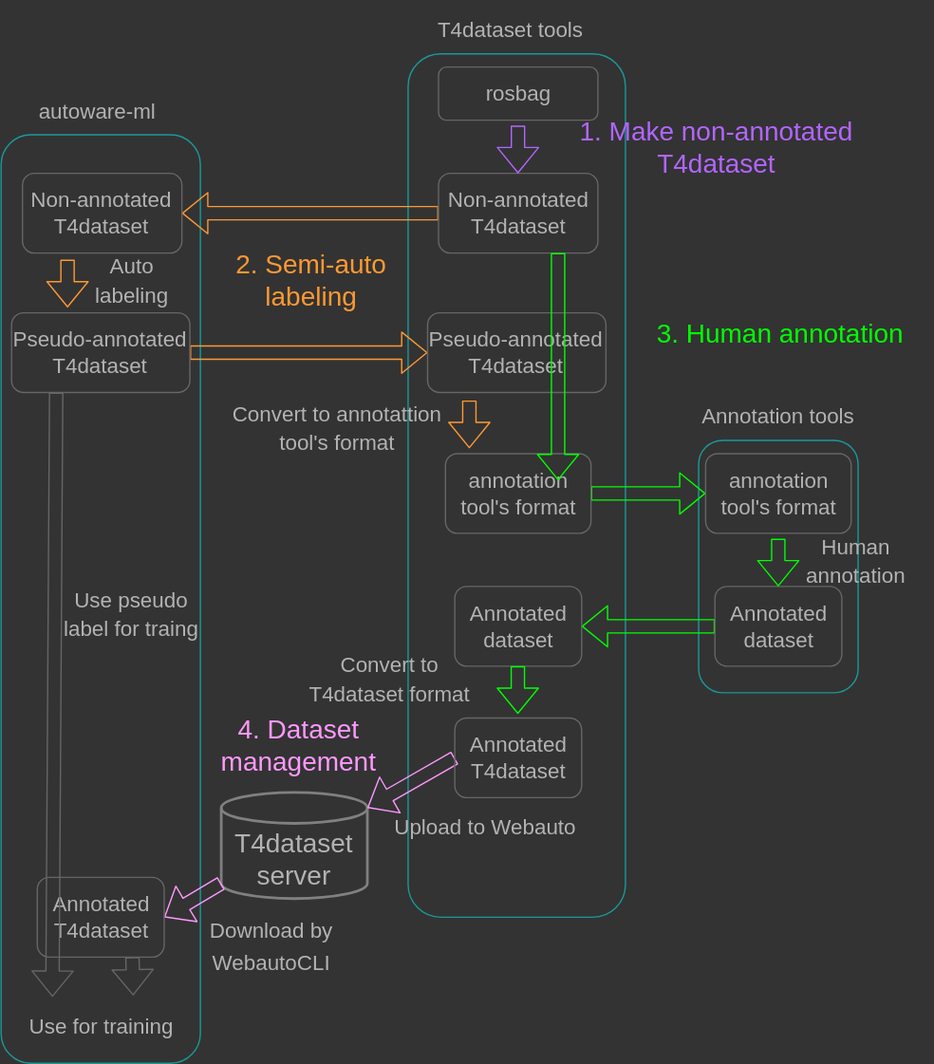
tier4/AWML keeps this draw.io diagram as docs/fig/data_pipeline.drawio.svg. Above is the earlier version. Source tidied: cells renumbered, new cells last; positions are measured from the earlier drawing's top-left corner, leaving out a move shared by most shapes.
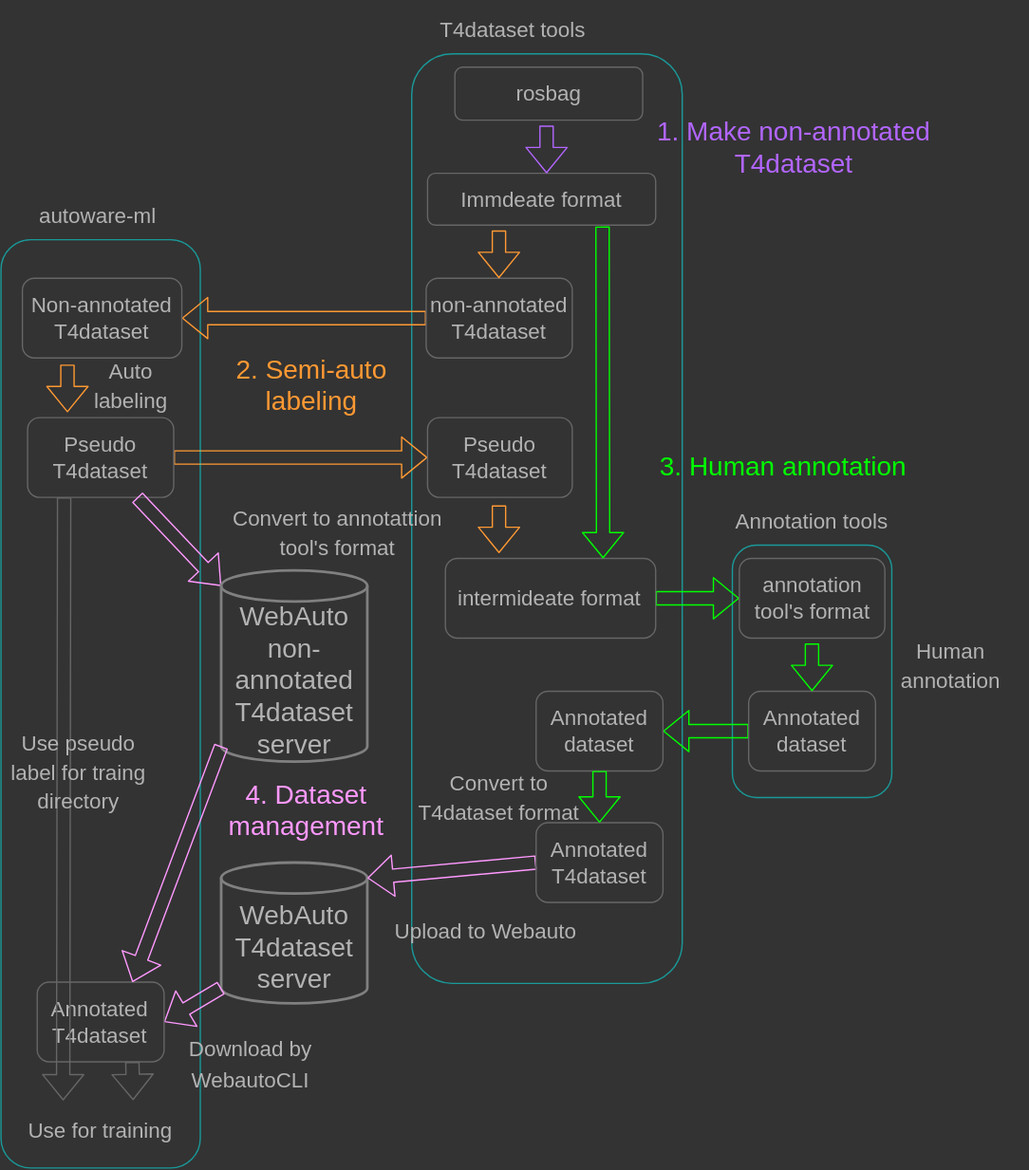
After the change.

The edit, as a diff of the source:
```diff
@@ -5,3 +5,3 @@
     <mxCell id="2" style="rounded=1;whiteSpace=wrap;html=1;strokeColor=#00FFFF;fillColor=none;fontColor=#B3B3B3;opacity=50;" parent="1" vertex="1">
-      <mxGeometry x="306.7" y="40" width="163.6" height="650" as="geometry" />
+      <mxGeometry x="284.1" y="20" width="203.6" height="700" as="geometry" />
     </mxCell>
@@ -11,11 +11,11 @@
     <mxCell id="4" style="rounded=1;whiteSpace=wrap;html=1;strokeColor=#00FFFF;fillColor=none;fontColor=#B3B3B3;opacity=50;" parent="1" vertex="1">
-      <mxGeometry x="0.3" y="101" width="150" height="699" as="geometry" />
+      <mxGeometry x="-25" y="160" width="150" height="699" as="geometry" />
     </mxCell>
     <mxCell id="5" value="&lt;p style=&quot;line-height: 100%;&quot;&gt;&lt;span style=&quot;font-size: 16px;&quot;&gt;Auto labeling&lt;/span&gt;&lt;/p&gt;" style="text;html=1;strokeColor=none;fillColor=none;align=center;verticalAlign=middle;whiteSpace=wrap;rounded=0;fontSize=20;fontColor=#B3B3B3;" parent="1" vertex="1">
-      <mxGeometry x="60.7" y="190" width="75.6" height="40" as="geometry" />
+      <mxGeometry x="35.5" y="249" width="75.6" height="40" as="geometry" />
     </mxCell>
     <mxCell id="6" style="rounded=1;whiteSpace=wrap;html=1;strokeColor=#00FFFF;fillColor=none;fontColor=#B3B3B3;opacity=50;" parent="1" vertex="1">
-      <mxGeometry x="525.4" y="331" width="120" height="190" as="geometry" />
+      <mxGeometry x="525.5" y="390" width="120" height="190" as="geometry" />
     </mxCell>
-    <mxCell id="7" style="shape=flexArrow;endArrow=classic;html=1;fontSize=20;fontColor=#B3B3B3;strokeColor=#FF9933;exitX=0;exitY=0.5;exitDx=0;exitDy=0;entryX=1;entryY=0.5;entryDx=0;entryDy=0;" parent="1" edge="1" source="22" target="28">
+    <mxCell id="7" style="shape=flexArrow;endArrow=classic;html=1;fontSize=20;fontColor=#B3B3B3;strokeColor=#FF9933;exitX=0;exitY=0.5;exitDx=0;exitDy=0;entryX=1;entryY=0.5;entryDx=0;entryDy=0;" parent="1" edge="1" source="49" target="28">
       <mxGeometry relative="1" as="geometry" />
@@ -26,3 +26,3 @@
     <mxCell id="9" value="&lt;p style=&quot;line-height: 100%;&quot;&gt;&lt;font style=&quot;font-size: 16px;&quot;&gt;Convert to annotattion tool's format&lt;/font&gt;&lt;/p&gt;" style="text;html=1;strokeColor=none;fillColor=none;align=center;verticalAlign=middle;whiteSpace=wrap;rounded=0;fontSize=20;fontColor=#B3B3B3;" parent="1" vertex="1">
-      <mxGeometry x="166" y="301" width="174.7" height="40" as="geometry" />
+      <mxGeometry x="140.7" y="360" width="174.7" height="40" as="geometry" />
     </mxCell>
@@ -31,7 +31,7 @@
     </mxCell>
-    <mxCell id="11" value="&lt;span style=&quot;font-size: 20px;&quot;&gt;T4dataset&lt;br&gt;server&lt;br&gt;&lt;/span&gt;" style="shape=cylinder3;whiteSpace=wrap;html=1;boundedLbl=1;backgroundOutline=1;size=11.679206848144531;fontColor=#B3B3B3;fillColor=none;strokeColor=#808080;strokeWidth=2;" parent="1" vertex="1">
-      <mxGeometry x="166" y="596" width="110" height="80" as="geometry" />
+    <mxCell id="11" value="&lt;span style=&quot;font-size: 20px;&quot;&gt;WebAuto&lt;br&gt;T4dataset&lt;br&gt;server&lt;br&gt;&lt;/span&gt;" style="shape=cylinder3;whiteSpace=wrap;html=1;boundedLbl=1;backgroundOutline=1;size=11.679206848144531;fontColor=#B3B3B3;fillColor=none;strokeColor=#808080;strokeWidth=2;" parent="1" vertex="1">
+      <mxGeometry x="140.7" y="629" width="110" height="106" as="geometry" />
     </mxCell>
     <mxCell id="12" value="&lt;font style=&quot;font-size: 16px;&quot;&gt;Upload to Webauto&lt;/font&gt;" style="text;html=1;strokeColor=none;fillColor=none;align=center;verticalAlign=middle;whiteSpace=wrap;rounded=0;fontSize=20;fontColor=#B3B3B3;" parent="1" vertex="1">
-      <mxGeometry x="291.8" y="600" width="145.5" height="40" as="geometry" />
+      <mxGeometry x="266.5" y="659" width="145.5" height="40" as="geometry" />
     </mxCell>
@@ -41,3 +41,3 @@
     <mxCell id="14" value="&lt;font style=&quot;font-size: 16px;&quot;&gt;Download by WebautoCLI&lt;/font&gt;" style="text;html=1;strokeColor=none;fillColor=none;align=center;verticalAlign=middle;whiteSpace=wrap;rounded=0;fontSize=20;fontColor=#B3B3B3;" parent="1" vertex="1">
-      <mxGeometry x="130.5" y="690" width="145.5" height="40" as="geometry" />
+      <mxGeometry x="90.4" y="759" width="145.5" height="40" as="geometry" />
     </mxCell>
@@ -47,39 +47,39 @@
     <mxCell id="16" value="&lt;font color=&quot;#ff9933&quot;&gt;2. Semi-auto labeling&lt;/font&gt;" style="text;html=1;strokeColor=none;fillColor=none;align=center;verticalAlign=middle;whiteSpace=wrap;rounded=0;fontSize=20;fontColor=#B3B3B3;" parent="1" vertex="1">
-      <mxGeometry x="161.2" y="190" width="145.5" height="40" as="geometry" />
+      <mxGeometry x="135.9" y="249" width="145.5" height="40" as="geometry" />
     </mxCell>
     <mxCell id="17" value="&lt;font color=&quot;#00ff00&quot;&gt;3. Human annotation&lt;/font&gt;" style="text;html=1;strokeColor=none;fillColor=none;align=center;verticalAlign=middle;whiteSpace=wrap;rounded=0;fontSize=20;fontColor=#B3B3B3;" parent="1" vertex="1">
-      <mxGeometry x="491.5" y="230" width="190.2" height="40" as="geometry" />
+      <mxGeometry x="469" y="310" width="190.2" height="40" as="geometry" />
     </mxCell>
     <mxCell id="18" value="&lt;font color=&quot;#ff99ff&quot;&gt;4. Dataset management&lt;/font&gt;" style="text;html=1;strokeColor=none;fillColor=none;align=center;verticalAlign=middle;whiteSpace=wrap;rounded=0;fontSize=20;fontColor=#B3B3B3;" parent="1" vertex="1">
-      <mxGeometry x="138" y="540" width="173.2" height="40" as="geometry" />
+      <mxGeometry x="129" y="569" width="152.4" height="40" as="geometry" />
     </mxCell>
     <mxCell id="19" value="&lt;font style=&quot;font-size: 16px;&quot;&gt;autoware-ml&lt;/font&gt;" style="text;html=1;strokeColor=none;fillColor=none;align=center;verticalAlign=middle;whiteSpace=wrap;rounded=0;fontSize=20;fontColor=#B3B3B3;" parent="1" vertex="1">
-      <mxGeometry x="0.3" y="61" width="145.5" height="40" as="geometry" />
+      <mxGeometry x="-25" y="120" width="145.5" height="40" as="geometry" />
     </mxCell>
     <mxCell id="20" value="&lt;font style=&quot;font-size: 16px;&quot;&gt;T4dataset tools&lt;br&gt;&lt;/font&gt;" style="text;html=1;strokeColor=none;fillColor=none;align=center;verticalAlign=middle;whiteSpace=wrap;rounded=0;fontSize=20;fontColor=#B3B3B3;" parent="1" vertex="1">
-      <mxGeometry x="276" width="215.5" height="40" as="geometry" />
+      <mxGeometry x="253.5" y="-20" width="215.5" height="40" as="geometry" />
     </mxCell>
-    <mxCell id="21" value="&lt;span style=&quot;color: rgb(179, 179, 179); font-size: 16px;&quot;&gt;Pseudo-annotated T4dataset&lt;/span&gt;" style="rounded=1;whiteSpace=wrap;html=1;fillColor=none;strokeColor=#666666;" parent="1" vertex="1">
-      <mxGeometry x="8.2" y="235" width="134.2" height="60" as="geometry" />
+    <mxCell id="21" value="&lt;span style=&quot;color: rgb(179, 179, 179); font-size: 16px;&quot;&gt;Pseudo T4dataset&lt;/span&gt;" style="rounded=1;whiteSpace=wrap;html=1;fillColor=none;strokeColor=#666666;" parent="1" vertex="1">
+      <mxGeometry x="-5" y="294" width="110" height="60" as="geometry" />
     </mxCell>
-    <mxCell id="22" value="&lt;span style=&quot;color: rgb(179, 179, 179); font-size: 16px;&quot;&gt;Non-annotated T4dataset&lt;/span&gt;" style="rounded=1;whiteSpace=wrap;html=1;fillColor=none;strokeColor=#666666;" parent="1" vertex="1">
-      <mxGeometry x="329.6" y="130" width="120" height="60" as="geometry" />
+    <mxCell id="22" value="&lt;span style=&quot;color: rgb(179, 179, 179); font-size: 16px;&quot;&gt;Immdeate format&lt;/span&gt;" style="rounded=1;whiteSpace=wrap;html=1;fillColor=none;strokeColor=#666666;" parent="1" vertex="1">
+      <mxGeometry x="296.1" y="110" width="171.7" height="39" as="geometry" />
     </mxCell>
     <mxCell id="23" value="&lt;span style=&quot;color: rgb(179, 179, 179); font-size: 16px;&quot;&gt;Annotated T4dataset&lt;/span&gt;" style="rounded=1;whiteSpace=wrap;html=1;fillColor=none;strokeColor=#666666;" parent="1" vertex="1">
-      <mxGeometry x="341.8" y="540" width="95.5" height="60" as="geometry" />
+      <mxGeometry x="377.8" y="599" width="95.5" height="60" as="geometry" />
     </mxCell>
     <mxCell id="24" value="&lt;span style=&quot;color: rgb(179, 179, 179); font-size: 16px;&quot;&gt;Annotated dataset&lt;/span&gt;" style="rounded=1;whiteSpace=wrap;html=1;fillColor=none;strokeColor=#666666;" parent="1" vertex="1">
-      <mxGeometry x="537.7" y="441" width="95.5" height="60" as="geometry" />
+      <mxGeometry x="537.8" y="500" width="95.5" height="60" as="geometry" />
     </mxCell>
     <mxCell id="25" value="&lt;font style=&quot;font-size: 16px;&quot;&gt;Annotation tools&lt;br&gt;&lt;/font&gt;" style="text;html=1;strokeColor=none;fillColor=none;align=center;verticalAlign=middle;whiteSpace=wrap;rounded=0;fontSize=20;fontColor=#B3B3B3;" parent="1" vertex="1">
-      <mxGeometry x="513.1" y="291" width="144.6" height="40" as="geometry" />
+      <mxGeometry x="513.2" y="350" width="144.6" height="40" as="geometry" />
     </mxCell>
-    <mxCell id="26" value="&lt;span style=&quot;color: rgb(179, 179, 179); font-size: 16px;&quot;&gt;annotation tool's format&amp;nbsp;&lt;/span&gt;" style="rounded=1;whiteSpace=wrap;html=1;fillColor=none;strokeColor=#666666;" parent="1" vertex="1">
-      <mxGeometry x="334.8" y="341" width="109.6" height="60" as="geometry" />
+    <mxCell id="26" value="&lt;span style=&quot;color: rgb(179, 179, 179); font-size: 16px;&quot;&gt;intermideate format&lt;/span&gt;" style="rounded=1;whiteSpace=wrap;html=1;fillColor=none;strokeColor=#666666;" parent="1" vertex="1">
+      <mxGeometry x="309.5" y="400" width="158.3" height="60" as="geometry" />
     </mxCell>
-    <mxCell id="27" value="&lt;span style=&quot;color: rgb(179, 179, 179); font-size: 16px;&quot;&gt;Pseudo-annotated T4dataset&lt;/span&gt;" style="rounded=1;whiteSpace=wrap;html=1;fillColor=none;strokeColor=#666666;" parent="1" vertex="1">
-      <mxGeometry x="321.3" y="235" width="134.2" height="60" as="geometry" />
+    <mxCell id="27" value="&lt;span style=&quot;color: rgb(179, 179, 179); font-size: 16px;&quot;&gt;Pseudo T4dataset&lt;/span&gt;" style="rounded=1;whiteSpace=wrap;html=1;fillColor=none;strokeColor=#666666;" parent="1" vertex="1">
+      <mxGeometry x="296.1" y="294" width="108.9" height="60" as="geometry" />
     </mxCell>
     <mxCell id="28" value="&lt;span style=&quot;color: rgb(179, 179, 179); font-size: 16px;&quot;&gt;Non-annotated T4dataset&lt;/span&gt;" style="rounded=1;whiteSpace=wrap;html=1;fillColor=none;strokeColor=#666666;" parent="1" vertex="1">
-      <mxGeometry x="16.4" y="130" width="120" height="60" as="geometry" />
+      <mxGeometry x="-8.9" y="189" width="120" height="60" as="geometry" />
     </mxCell>
@@ -87,4 +87,4 @@
       <mxGeometry relative="1" as="geometry">
-        <mxPoint x="50.3" y="195" as="sourcePoint" />
-        <mxPoint x="50.3" y="231" as="targetPoint" />
+        <mxPoint x="25" y="254" as="sourcePoint" />
+        <mxPoint x="25" y="290" as="targetPoint" />
       </mxGeometry>
@@ -93,14 +93,16 @@
       <mxGeometry relative="1" as="geometry">
-        <mxPoint x="352.8" y="301" as="sourcePoint" />
-        <mxPoint x="352.8" y="337" as="targetPoint" />
+        <mxPoint x="349.8" y="360" as="sourcePoint" />
+        <mxPoint x="349.8" y="396" as="targetPoint" />
       </mxGeometry>
     </mxCell>
-    <mxCell id="31" style="shape=flexArrow;endArrow=classic;html=1;strokeColor=#00FF00;exitX=0.75;exitY=1;exitDx=0;exitDy=0;entryX=0.69;entryY=0.494;entryDx=0;entryDy=0;entryPerimeter=0;" parent="1" edge="1" source="22" target="2">
-      <mxGeometry relative="1" as="geometry" />
+    <mxCell id="31" style="shape=flexArrow;endArrow=classic;html=1;strokeColor=#00FF00;entryX=0.75;entryY=0;entryDx=0;entryDy=0;" parent="1" edge="1" target="26">
+      <mxGeometry relative="1" as="geometry">
+        <mxPoint x="427.8" y="150" as="sourcePoint" />
+      </mxGeometry>
     </mxCell>
     <mxCell id="32" value="&lt;span style=&quot;color: rgb(179, 179, 179); font-size: 16px;&quot;&gt;annotation tool's format&amp;nbsp;&lt;/span&gt;" style="rounded=1;whiteSpace=wrap;html=1;fillColor=none;strokeColor=#666666;" parent="1" vertex="1">
-      <mxGeometry x="530.6" y="341" width="109.6" height="60" as="geometry" />
+      <mxGeometry x="530.7" y="400" width="109.6" height="60" as="geometry" />
     </mxCell>
     <mxCell id="33" value="&lt;span style=&quot;color: rgb(179, 179, 179); font-size: 16px;&quot;&gt;Annotated dataset&lt;/span&gt;" style="rounded=1;whiteSpace=wrap;html=1;fillColor=none;strokeColor=#666666;" parent="1" vertex="1">
-      <mxGeometry x="341.8" y="441" width="95.5" height="60" as="geometry" />
+      <mxGeometry x="377.8" y="500" width="95.5" height="60" as="geometry" />
     </mxCell>
@@ -108,4 +110,4 @@
       <mxGeometry relative="1" as="geometry">
-        <mxPoint x="585.3" y="405" as="sourcePoint" />
-        <mxPoint x="585.3" y="441" as="targetPoint" />
+        <mxPoint x="585.4" y="464" as="sourcePoint" />
+        <mxPoint x="585.4" y="500" as="targetPoint" />
       </mxGeometry>
@@ -113,15 +115,12 @@
     <mxCell id="35" value="&lt;p style=&quot;line-height: 100%;&quot;&gt;&lt;font style=&quot;font-size: 16px;&quot;&gt;Human annotation&lt;/font&gt;&lt;/p&gt;" style="text;html=1;strokeColor=none;fillColor=none;align=center;verticalAlign=middle;whiteSpace=wrap;rounded=0;fontSize=20;fontColor=#B3B3B3;" parent="1" vertex="1">
-      <mxGeometry x="586" y="401" width="115.7" height="40" as="geometry" />
+      <mxGeometry x="631.7" y="460" width="115.7" height="40" as="geometry" />
     </mxCell>
-    <mxCell id="36" style="shape=flexArrow;endArrow=classic;html=1;strokeColor=#00FF00;" parent="1" edge="1">
-      <mxGeometry relative="1" as="geometry">
-        <mxPoint x="389.3" y="501" as="sourcePoint" />
-        <mxPoint x="389.3" y="537" as="targetPoint" />
-      </mxGeometry>
+    <mxCell id="36" style="shape=flexArrow;endArrow=classic;html=1;strokeColor=#00FF00;exitX=0.5;exitY=1;exitDx=0;exitDy=0;entryX=0.5;entryY=0;entryDx=0;entryDy=0;" parent="1" edge="1" source="33" target="23">
+      <mxGeometry relative="1" as="geometry" />
     </mxCell>
     <mxCell id="37" value="&lt;p style=&quot;line-height: 100%;&quot;&gt;&lt;font style=&quot;font-size: 16px;&quot;&gt;Convert to T4dataset format&lt;/font&gt;&lt;/p&gt;" style="text;html=1;strokeColor=none;fillColor=none;align=center;verticalAlign=middle;whiteSpace=wrap;rounded=0;fontSize=20;fontColor=#B3B3B3;" parent="1" vertex="1">
-      <mxGeometry x="219" y="490" width="147.7" height="40" as="geometry" />
+      <mxGeometry x="276.1" y="559" width="147.7" height="40" as="geometry" />
     </mxCell>
     <mxCell id="38" value="&lt;span style=&quot;color: rgb(179, 179, 179); font-size: 16px;&quot;&gt;Annotated T4dataset&lt;/span&gt;" style="rounded=1;whiteSpace=wrap;html=1;fillColor=none;strokeColor=#666666;" parent="1" vertex="1">
-      <mxGeometry x="27.5" y="660" width="95.5" height="60" as="geometry" />
+      <mxGeometry x="2.2" y="719" width="95.5" height="60" as="geometry" />
     </mxCell>
@@ -131,6 +130,6 @@
     <mxCell id="40" value="&lt;font style=&quot;font-size: 16px;&quot;&gt;Use for training&lt;/font&gt;" style="text;html=1;strokeColor=none;fillColor=none;align=center;verticalAlign=middle;whiteSpace=wrap;rounded=0;fontSize=20;fontColor=#B3B3B3;" parent="1" vertex="1">
-      <mxGeometry x="2.5" y="750" width="145.5" height="40" as="geometry" />
+      <mxGeometry x="-22.8" y="809" width="145.5" height="40" as="geometry" />
     </mxCell>
-    <mxCell id="41" value="&lt;span style=&quot;color: rgb(179, 179, 179); font-size: 16px;&quot;&gt;rosbag&lt;/span&gt;" style="rounded=1;whiteSpace=wrap;html=1;fillColor=none;strokeColor=#666666;" parent="1" vertex="1">
-      <mxGeometry x="329.6" y="50" width="120" height="40" as="geometry" />
+    <mxCell id="41" value="&lt;span style=&quot;color: rgb(179, 179, 179); font-size: 16px;&quot;&gt;rosbag&lt;/span&gt;" style="rounded=1;whiteSpace=wrap;html=1;fillColor=none;strokeColor=#666666;direction=east;" parent="1" vertex="1">
+      <mxGeometry x="316.6" y="30" width="141.4" height="40" as="geometry" />
     </mxCell>
@@ -138,4 +137,4 @@
       <mxGeometry relative="1" as="geometry">
-        <mxPoint x="389.4" y="94" as="sourcePoint" />
-        <mxPoint x="389.4" y="130" as="targetPoint" />
+        <mxPoint x="385.6" y="74" as="sourcePoint" />
+        <mxPoint x="385.6" y="110" as="targetPoint" />
       </mxGeometry>
@@ -143,10 +142,28 @@
     <mxCell id="43" value="&lt;font color=&quot;#b266ff&quot;&gt;1. Make non-annotated T4dataset&lt;/font&gt;" style="text;html=1;strokeColor=none;fillColor=none;align=center;verticalAlign=middle;whiteSpace=wrap;rounded=0;fontSize=20;fontColor=#B3B3B3;" parent="1" vertex="1">
-      <mxGeometry x="432.9" y="90" width="212.5" height="40" as="geometry" />
+      <mxGeometry x="466.4" y="70" width="212.5" height="40" as="geometry" />
     </mxCell>
-    <mxCell id="44" style="shape=flexArrow;endArrow=classic;html=1;strokeColor=#666666;entryX=0.25;entryY=0;entryDx=0;entryDy=0;exitX=0.25;exitY=1;exitDx=0;exitDy=0;" parent="1" edge="1" source="21" target="40">
+    <mxCell id="44" style="shape=flexArrow;endArrow=classic;html=1;strokeColor=#666666;entryX=0.306;entryY=-0.021;entryDx=0;entryDy=0;exitX=0.25;exitY=1;exitDx=0;exitDy=0;entryPerimeter=0;" parent="1" edge="1" source="21" target="40">
       <mxGeometry relative="1" as="geometry" />
     </mxCell>
-    <mxCell id="45" value="&lt;p style=&quot;line-height: 100%;&quot;&gt;&lt;span style=&quot;font-size: 16px;&quot;&gt;Use pseudo label for traing&lt;/span&gt;&lt;/p&gt;" style="text;html=1;strokeColor=none;fillColor=none;align=center;verticalAlign=middle;whiteSpace=wrap;rounded=0;fontSize=20;fontColor=#B3B3B3;" parent="1" vertex="1">
-      <mxGeometry x="42" y="441" width="113.1" height="40" as="geometry" />
+    <mxCell id="45" value="&lt;p style=&quot;line-height: 100%;&quot;&gt;&lt;span style=&quot;font-size: 16px;&quot;&gt;Use pseudo label for traing directory&lt;/span&gt;&lt;/p&gt;" style="text;html=1;strokeColor=none;fillColor=none;align=center;verticalAlign=middle;whiteSpace=wrap;rounded=0;fontSize=20;fontColor=#B3B3B3;" parent="1" vertex="1">
+      <mxGeometry x="-22.8" y="540" width="113.1" height="40" as="geometry" />
     </mxCell>
+    <mxCell id="46" style="shape=flexArrow;endArrow=classic;html=1;fontSize=20;fontColor=#B3B3B3;strokeColor=#FF99FF;entryX=0;entryY=0;entryDx=0;entryDy=11.679206848144531;entryPerimeter=0;exitX=0.75;exitY=1;exitDx=0;exitDy=0;" parent="1" edge="1" source="21" target="47">
+      <mxGeometry relative="1" as="geometry" />
+    </mxCell>
+    <mxCell id="47" value="&lt;span style=&quot;font-size: 20px;&quot;&gt;WebAuto non-annotated&lt;br&gt;T4dataset&lt;br&gt;server&lt;br&gt;&lt;/span&gt;" style="shape=cylinder3;whiteSpace=wrap;html=1;boundedLbl=1;backgroundOutline=1;size=11.679206848144531;fontColor=#B3B3B3;fillColor=none;strokeColor=#808080;strokeWidth=2;" parent="1" vertex="1">
+      <mxGeometry x="140.7" y="409" width="110" height="144" as="geometry" />
+    </mxCell>
+    <mxCell id="48" style="shape=flexArrow;endArrow=classic;html=1;fontSize=20;fontColor=#B3B3B3;strokeColor=#FF99FF;exitX=0;exitY=1;exitDx=0;exitDy=-11.679206848144531;exitPerimeter=0;entryX=0.75;entryY=0;entryDx=0;entryDy=0;" parent="1" edge="1" source="47" target="38">
+      <mxGeometry relative="1" as="geometry" />
+    </mxCell>
+    <mxCell id="49" value="&lt;span style=&quot;color: rgb(179, 179, 179); font-size: 16px;&quot;&gt;non-annotated T4dataset&lt;/span&gt;" style="rounded=1;whiteSpace=wrap;html=1;fillColor=none;strokeColor=#666666;" parent="1" vertex="1">
+      <mxGeometry x="295" y="189" width="110" height="60" as="geometry" />
+    </mxCell>
+    <mxCell id="50" style="shape=flexArrow;endArrow=classic;html=1;strokeColor=#FF9933;" parent="1" edge="1">
+      <mxGeometry relative="1" as="geometry">
+        <mxPoint x="349.8" y="153" as="sourcePoint" />
+        <mxPoint x="349.8" y="189" as="targetPoint" />
+      </mxGeometry>
+    </mxCell>
   </root>
```
